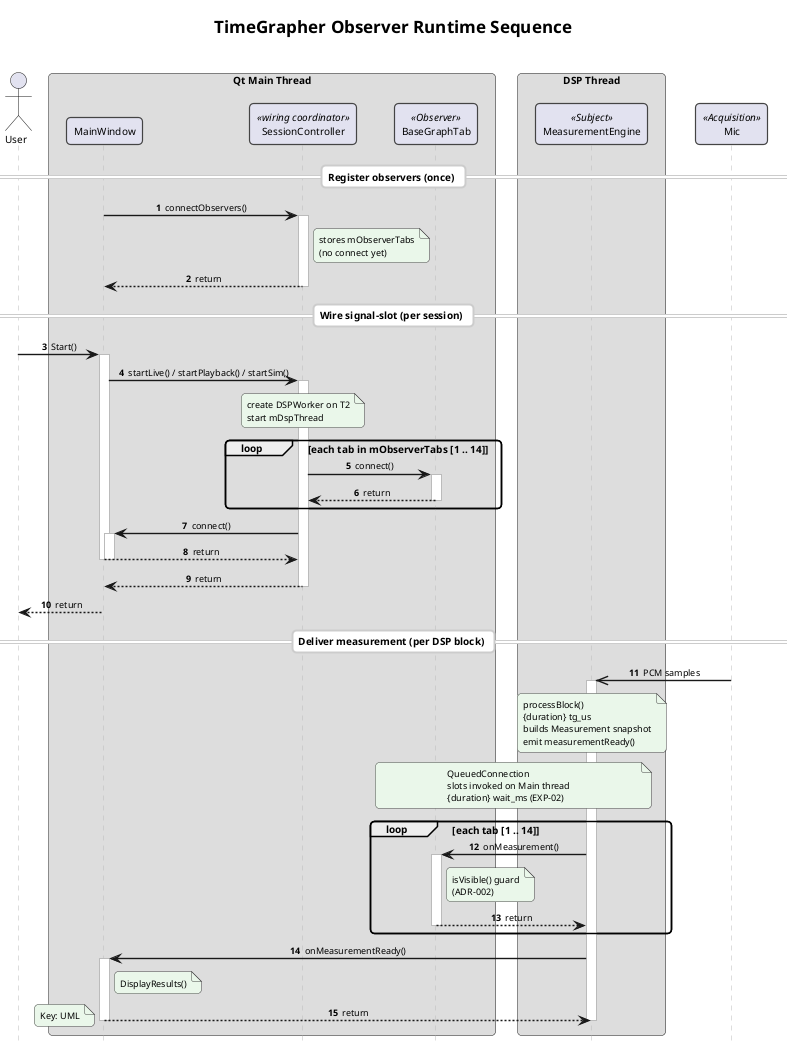
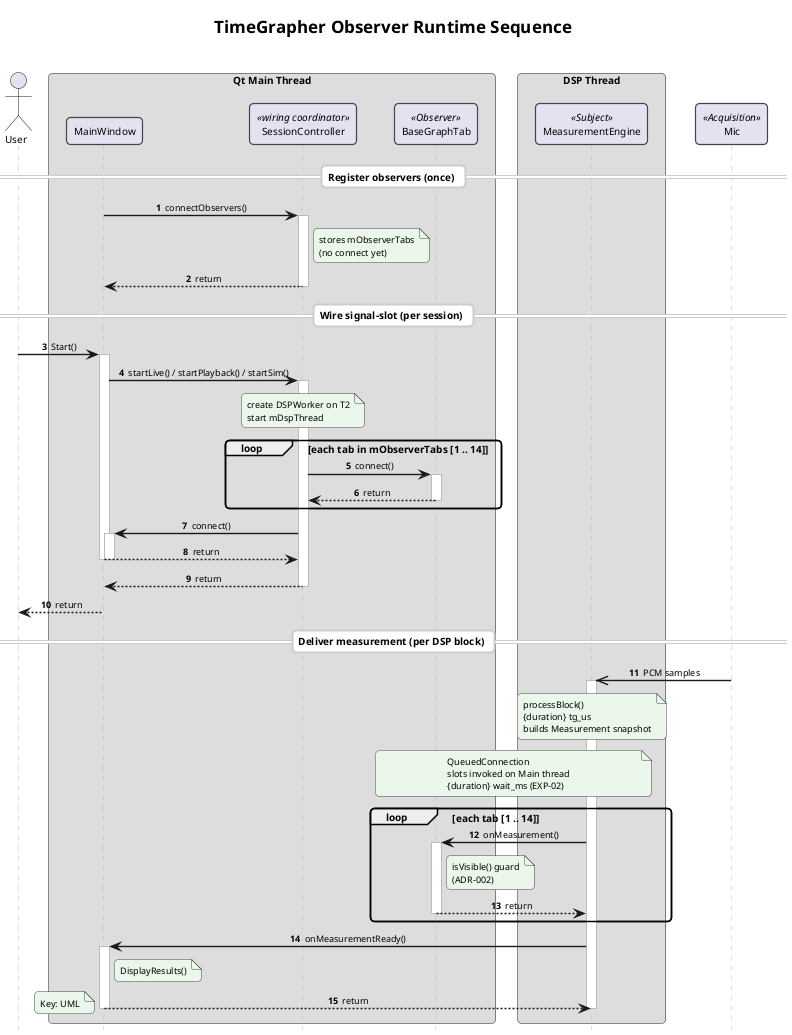
@startuml view2b-observer-runtime
skinparam backgroundColor #FFFFFF
skinparam shadowing false
skinparam RoundCorner 8
skinparam defaultFontName "Arial"
skinparam defaultFontSize 10
skinparam titleFontSize 17
skinparam ArrowFontSize 9
skinparam ArrowThickness 1.4
skinparam sequenceMessageAlign center
skinparam responseMessageBelowArrow true
skinparam ParticipantPadding 14
skinparam BoxPadding 10
skinparam ParticipantBorderThickness 1.2
skinparam ParticipantBorderColor #444444
skinparam BoxBorderColor #666666
skinparam BoxBackgroundColor #FFFFFF
skinparam BoxFontStyle bold
skinparam SequenceLifeLineBorderColor #BBBBBB
skinparam sequenceDividerBorderColor #CCCCCC
skinparam sequenceDividerBackgroundColor #FFFFFF
skinparam NoteBackgroundColor #EAF7EA
skinparam NoteBorderColor #444444
skinparam NoteFontSize 9
skinparam activationBackgroundColor #FFFFFF
skinparam activationBorderColor #444444
skinparam stereotypeFontSize 9
skinparam stereotypeFontStyle italic

title <b>TimeGrapher Observer Runtime Sequence</b>\n
autonumber
hide footbox

actor User

box "Qt Main Thread"
  participant "MainWindow" as MW
  participant "SessionController" as SC <<wiring coordinator>>
  participant "BaseGraphTab" as Tab <<Observer>>
end box

box "DSP Thread"
  participant "MeasurementEngine" as ME <<Subject>>
end box

participant "Mic" as Mic <<Acquisition>>

== Register observers (once) ==

MW -> SC ++ : connectObservers()
note right of SC
  stores mObserverTabs
  (no connect yet)
end note
SC --> MW -- : return
deactivate SC

== Wire signal-slot (per session) ==

User -> MW ++ : Start()
MW -> SC ++ : startLive() / startPlayback() / startSim()
note over SC
  create DSPWorker on T2
  start mDspThread
end note

loop each tab in mObserverTabs [1 .. 14]
  SC -> Tab ++ : connect()
  Tab --> SC -- : return
  deactivate Tab
end

SC -> MW ++ : connect()
MW --> SC -- : return
deactivate MW

SC --> MW -- : return
deactivate SC
MW --> User -- : return
deactivate MW

== Deliver measurement (per DSP block) ==

Mic ->> ME ++ : PCM samples
note over ME
  processBlock()
  {duration} tg_us
  builds Measurement snapshot
-   emit measurementReady()
end note

note over ME, Tab
  QueuedConnection
  slots invoked on Main thread
  {duration} wait_ms (EXP-02)
end note

loop each tab [1 .. 14]
  ME -> Tab ++ : onMeasurement()
  note right of Tab
    isVisible() guard
    (ADR-002)
  end note
  Tab --> ME -- : return
  deactivate Tab
end

ME -> MW ++ : onMeasurementReady()
note right of MW : DisplayResults()
MW --> ME -- : return
deactivate ME
deactivate MW

note bottom
  Key: UML
end note

@enduml
